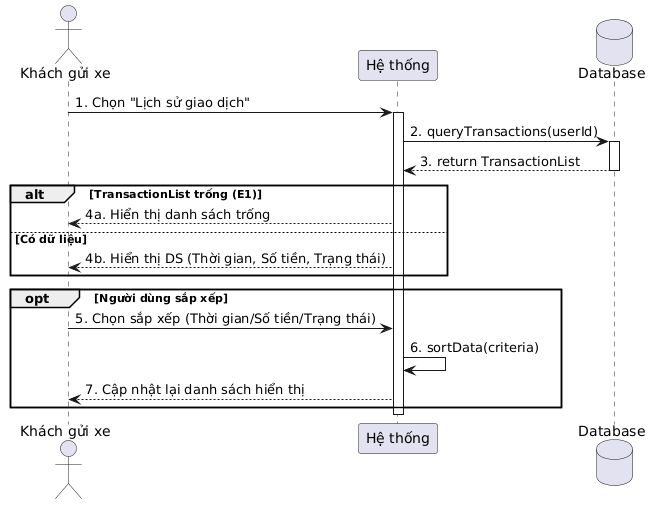
KTX-0711/Software-Engineering-Assignment-HK252 keeps this PlantUML diagram as LaTex/pictures/seq_lichsugiaodich.png. Above is the earlier version.
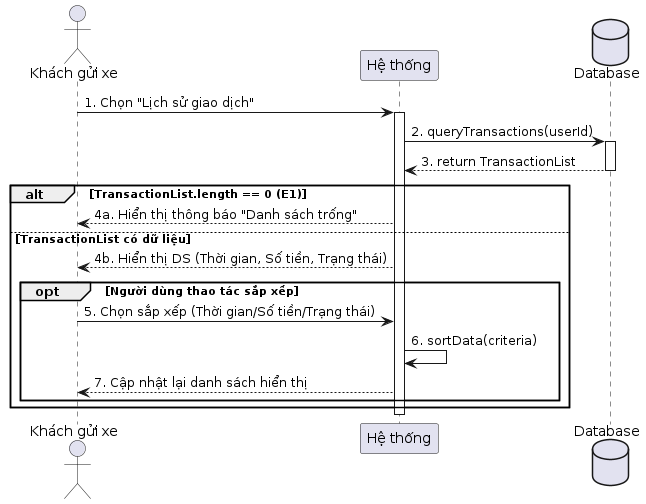
Above is the later version.

Change to the diagram source:
```diff
@@ -11,16 +11,17 @@
 DB --> System : 3. return TransactionList
 deactivate DB
 
-alt TransactionList trống (E1)
-    System --> User : 4a. Hiển thị danh sách trống
-else Có dữ liệu
+alt TransactionList.length == 0 (E1)
+    System --> User : 4a. Hiển thị thông báo "Danh sách trống"
+
+else TransactionList có dữ liệu
     System --> User : 4b. Hiển thị DS (Thời gian, Số tiền, Trạng thái)
-end
 
-opt Người dùng sắp xếp
-    User -> System : 5. Chọn sắp xếp (Thời gian/Số tiền/Trạng thái)
-    System -> System : 6. sortData(criteria)
-    System --> User : 7. Cập nhật lại danh sách hiển thị
+    opt Người dùng thao tác sắp xếp
+        User -> System : 5. Chọn sắp xếp (Thời gian/Số tiền/Trạng thái)
+        System -> System : 6. sortData(criteria)
+        System --> User : 7. Cập nhật lại danh sách hiển thị
+    end
 end
 
 deactivate System
```
